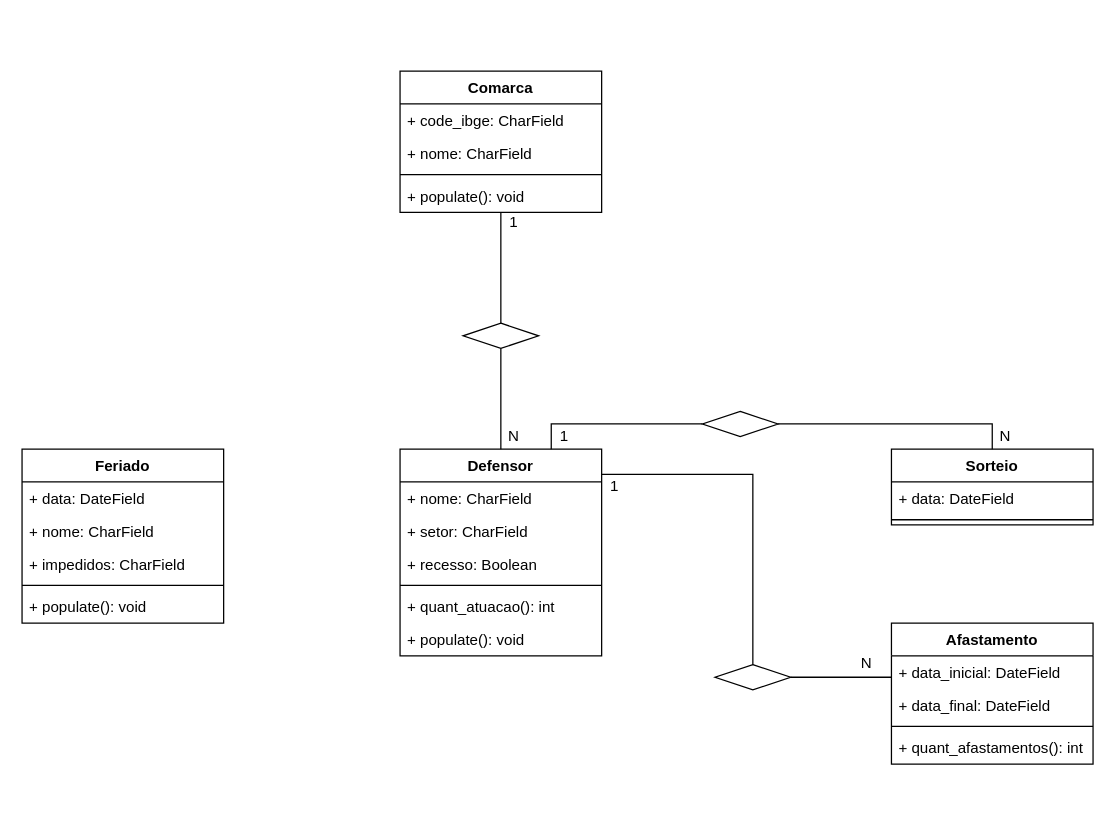
Above: docs/models.drawio in thonnycleuton/Plantoes (draw.io), before the change. Source tidied: cells renumbered, new cells numbered last; positions are measured from the earlier drawing's top-left corner, leaving out a move shared by most shapes. Both pictures are drawn from the tidied source at 126%, with x=0, y=0 at pixel (21, 71).
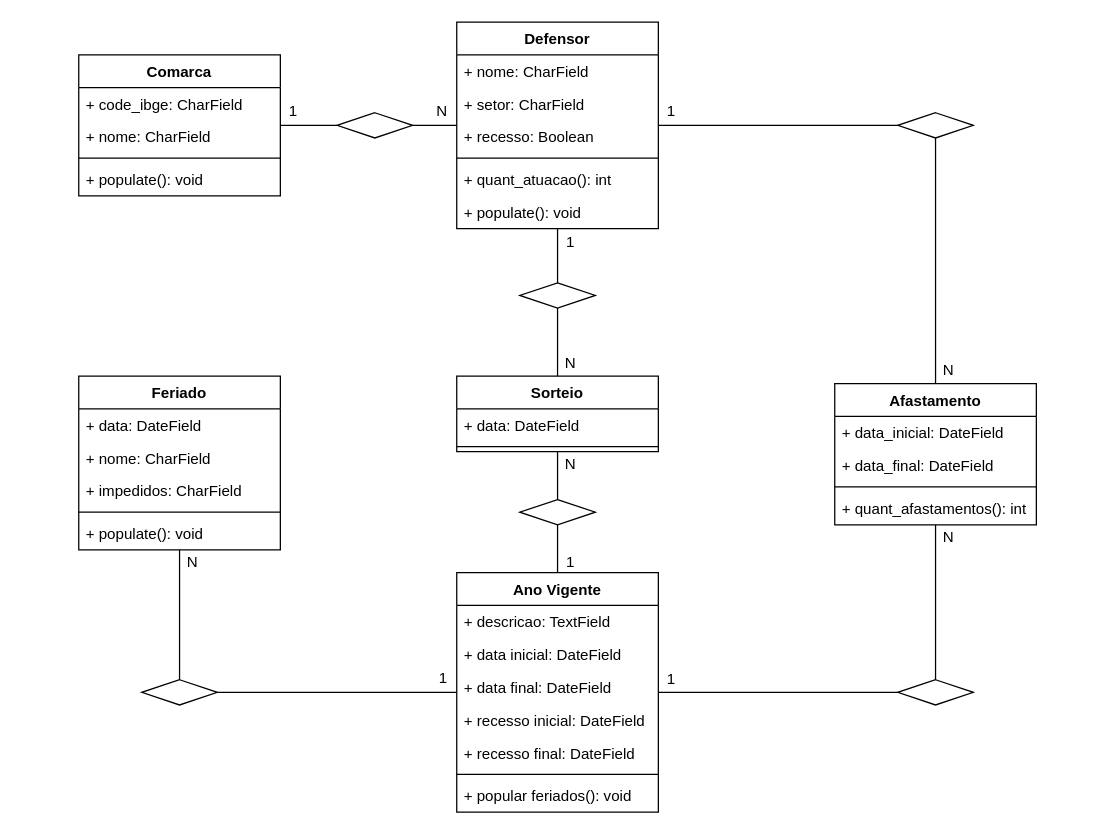
The same diagram, later.

Change to the diagram source:
```diff
@@
-<mxGraphModel>
+<mxGraphModel background="#FFFFFF">
@@
     <mxCell id="2" value="Comarca" style="swimlane;fontStyle=1;align=center;verticalAlign=top;horizontal=1;startSize=26;" parent="1" vertex="1">
-      <mxGeometry x="300" width="160" height="112" as="geometry" />
+      <mxGeometry x="45" y="-13" width="160" height="112" as="geometry" />
     </mxCell>
@@
     <mxCell id="7" value="Defensor" style="swimlane;fontStyle=1;align=center;verticalAlign=top;horizontal=1;startSize=26;" parent="1" vertex="1">
-      <mxGeometry x="300" y="300" width="160" height="164" as="geometry" />
+      <mxGeometry x="345" y="-39" width="160" height="164" as="geometry" />
     </mxCell>
@@
     <mxCell id="14" style="shape=rhombus;perimeter=rhombusPerimeter;whiteSpace=wrap;html=1;align=center;" parent="1" vertex="1">
-      <mxGeometry x="350" y="200" width="60" height="20" as="geometry" />
+      <mxGeometry x="250" y="33" width="60" height="20" as="geometry" />
     </mxCell>
-    <mxCell id="15" style="endArrow=none;html=1;rounded=0;edgeStyle=orthogonalEdgeStyle;entryX=0.5;entryY=0;entryDx=0;entryDy=0;" parent="1" edge="1" source="2" target="14">
+    <mxCell id="15" style="endArrow=none;html=1;rounded=0;edgeStyle=orthogonalEdgeStyle;" parent="1" edge="1" source="2" target="14">
       <mxGeometry relative="1" as="geometry" />
     </mxCell>
@@
     <mxCell id="17" value="Feriado" style="swimlane;fontStyle=1;align=center;verticalAlign=top;horizontal=1;startSize=26;" parent="1" vertex="1">
-      <mxGeometry y="300" width="160" height="138" as="geometry" />
+      <mxGeometry x="45" y="242" width="160" height="138" as="geometry" />
     </mxCell>
@@
     <mxCell id="23" value="Sorteio" style="swimlane;fontStyle=1;align=center;verticalAlign=top;horizontal=1;startSize=26;" parent="1" vertex="1">
-      <mxGeometry x="690" y="300" width="160" height="60" as="geometry" />
+      <mxGeometry x="345" y="242" width="160" height="60" as="geometry" />
     </mxCell>
@@
     <mxCell id="26" style="shape=rhombus;perimeter=rhombusPerimeter;whiteSpace=wrap;html=1;align=center;" parent="1" vertex="1">
-      <mxGeometry x="540" y="270" width="60" height="20" as="geometry" />
+      <mxGeometry x="395" y="168" width="60" height="20" as="geometry" />
     </mxCell>
     <mxCell id="27" style="endArrow=none;html=1;rounded=0;edgeStyle=orthogonalEdgeStyle;" parent="1" edge="1" source="7" target="26">
       <mxGeometry relative="1" as="geometry">
         <Array as="points">
-          <mxPoint x="420" y="280" />
+          <mxPoint x="425" y="142" />
+          <mxPoint x="425" y="142" />
         </Array>
       </mxGeometry>
     </mxCell>
@@
     <mxCell id="29" value="Afastamento" style="swimlane;fontStyle=1;align=center;verticalAlign=top;horizontal=1;startSize=26;" parent="1" vertex="1">
-      <mxGeometry x="690" y="438" width="160" height="112" as="geometry" />
+      <mxGeometry x="645" y="248" width="160" height="112" as="geometry" />
     </mxCell>
@@
     <mxCell id="34" style="shape=rhombus;perimeter=rhombusPerimeter;whiteSpace=wrap;html=1;align=center;" parent="1" vertex="1">
-      <mxGeometry x="550" y="471" width="60" height="20" as="geometry" />
+      <mxGeometry x="695" y="33" width="60" height="20" as="geometry" />
     </mxCell>
     <mxCell id="35" style="endArrow=none;html=1;rounded=0;edgeStyle=orthogonalEdgeStyle;" parent="1" edge="1" source="34" target="29">
-      <mxGeometry relative="1" as="geometry">
-        <Array as="points">
-          <mxPoint x="670" y="481" />
-          <mxPoint x="670" y="481" />
-        </Array>
-      </mxGeometry>
+      <mxGeometry relative="1" as="geometry" />
     </mxCell>
     <mxCell id="36" style="endArrow=none;html=1;rounded=0;edgeStyle=orthogonalEdgeStyle;" parent="1" edge="1" source="7" target="34">
-      <mxGeometry relative="1" as="geometry">
-        <Array as="points">
-          <mxPoint x="580" y="320" />
-        </Array>
-      </mxGeometry>
+      <mxGeometry relative="1" as="geometry" />
     </mxCell>
     <mxCell id="37" value="1" style="text;html=1;align=center;verticalAlign=middle;strokeColor=none;fillColor=none;" parent="1" vertex="1">
-      <mxGeometry x="380" y="110" width="20" height="20" as="geometry" />
+      <mxGeometry x="205" y="22" width="20" height="20" as="geometry" />
     </mxCell>
     <mxCell id="38" value="N" style="text;html=1;align=center;verticalAlign=middle;strokeColor=none;fillColor=none;" parent="1" vertex="1">
-      <mxGeometry x="380" y="280" width="20" height="20" as="geometry" />
+      <mxGeometry x="323" y="22" width="20" height="20" as="geometry" />
     </mxCell>
     <mxCell id="39" value="N" style="text;html=1;align=center;verticalAlign=middle;strokeColor=none;fillColor=none;" parent="1" vertex="1">
-      <mxGeometry x="770" y="280" width="20" height="20" as="geometry" />
+      <mxGeometry x="425" y="222" width="20" height="20" as="geometry" />
     </mxCell>
     <mxCell id="40" value="1" style="text;html=1;align=center;verticalAlign=middle;strokeColor=none;fillColor=none;" parent="1" vertex="1">
-      <mxGeometry x="420" y="280" width="20" height="20" as="geometry" />
+      <mxGeometry x="425" y="126" width="20" height="20" as="geometry" />
     </mxCell>
     <mxCell id="41" value="N" style="text;html=1;align=center;verticalAlign=middle;strokeColor=none;fillColor=none;" parent="1" vertex="1">
-      <mxGeometry x="660" y="460" width="20" height="20" as="geometry" />
+      <mxGeometry x="725" y="228" width="20" height="20" as="geometry" />
     </mxCell>
     <mxCell id="42" value="1" style="text;html=1;align=center;verticalAlign=middle;strokeColor=none;fillColor=none;" parent="1" vertex="1">
-      <mxGeometry x="460" y="320" width="20" height="20" as="geometry" />
+      <mxGeometry x="505" y="22" width="20" height="20" as="geometry" />
     </mxCell>
+    <mxCell id="43" value="Ano Vigente" style="swimlane;fontStyle=1;align=center;verticalAlign=top;horizontal=1;startSize=26;" parent="1" vertex="1">
+      <mxGeometry x="345" y="398" width="160" height="190" as="geometry" />
+    </mxCell>
+    <mxCell id="44" value="+ descricao: TextField" style="text;strokeColor=none;fillColor=none;align=left;verticalAlign=top;spacingLeft=4;spacingRight=4;overflow=hidden;" parent="43" vertex="1">
+      <mxGeometry y="26" width="160" height="26" as="geometry" />
+    </mxCell>
+    <mxCell id="45" value="+ data inicial: DateField" style="text;strokeColor=none;fillColor=none;align=left;verticalAlign=top;spacingLeft=4;spacingRight=4;overflow=hidden;" parent="43" vertex="1">
+      <mxGeometry y="52" width="160" height="26" as="geometry" />
+    </mxCell>
+    <mxCell id="46" value="+ data final: DateField" style="text;strokeColor=none;fillColor=none;align=left;verticalAlign=top;spacingLeft=4;spacingRight=4;overflow=hidden;" parent="43" vertex="1">
+      <mxGeometry y="78" width="160" height="26" as="geometry" />
+    </mxCell>
+    <mxCell id="47" value="+ recesso inicial: DateField" style="text;strokeColor=none;fillColor=none;align=left;verticalAlign=top;spacingLeft=4;spacingRight=4;overflow=hidden;" parent="43" vertex="1">
+      <mxGeometry y="104" width="160" height="26" as="geometry" />
+    </mxCell>
+    <mxCell id="48" value="+ recesso final: DateField" style="text;strokeColor=none;fillColor=none;align=left;verticalAlign=top;spacingLeft=4;spacingRight=4;overflow=hidden;" parent="43" vertex="1">
+      <mxGeometry y="130" width="160" height="26" as="geometry" />
+    </mxCell>
+    <mxCell id="49" style="line;strokeWidth=1;fillColor=none;align=left;verticalAlign=middle;spacingTop=-1;spacingLeft=3;spacingRight=3;labelPosition=right;" parent="43" vertex="1">
+      <mxGeometry y="156" width="160" height="8" as="geometry" />
+    </mxCell>
+    <mxCell id="50" value="+ popular feriados(): void" style="text;strokeColor=none;fillColor=none;align=left;verticalAlign=top;spacingLeft=4;spacingRight=4;overflow=hidden;" parent="43" vertex="1">
+      <mxGeometry y="164" width="160" height="26" as="geometry" />
+    </mxCell>
+    <mxCell id="51" style="shape=rhombus;perimeter=rhombusPerimeter;whiteSpace=wrap;html=1;align=center;" parent="1" vertex="1">
+      <mxGeometry x="95" y="483" width="60" height="20" as="geometry" />
+    </mxCell>
+    <mxCell id="52" style="endArrow=none;html=1;rounded=0;edgeStyle=orthogonalEdgeStyle;" parent="1" edge="1" source="17" target="51">
+      <mxGeometry relative="1" as="geometry" />
+    </mxCell>
+    <mxCell id="53" style="endArrow=none;html=1;rounded=0;edgeStyle=orthogonalEdgeStyle;" parent="1" edge="1" source="43" target="51">
+      <mxGeometry relative="1" as="geometry" />
+    </mxCell>
+    <mxCell id="54" value="N" style="text;html=1;align=center;verticalAlign=middle;strokeColor=none;fillColor=none;" parent="1" vertex="1">
+      <mxGeometry x="125" y="380" width="20" height="20" as="geometry" />
+    </mxCell>
+    <mxCell id="55" value="1" style="text;html=1;align=center;verticalAlign=middle;strokeColor=none;fillColor=none;" parent="1" vertex="1">
+      <mxGeometry x="324" y="472" width="20" height="20" as="geometry" />
+    </mxCell>
+    <mxCell id="56" style="shape=rhombus;perimeter=rhombusPerimeter;whiteSpace=wrap;html=1;align=center;" parent="1" vertex="1">
+      <mxGeometry x="695" y="483" width="60" height="20" as="geometry" />
+    </mxCell>
+    <mxCell id="57" style="endArrow=none;html=1;rounded=0;edgeStyle=orthogonalEdgeStyle;" parent="1" edge="1" source="43" target="56">
+      <mxGeometry relative="1" as="geometry" />
+    </mxCell>
+    <mxCell id="58" style="endArrow=none;html=1;rounded=0;edgeStyle=orthogonalEdgeStyle;" parent="1" edge="1" source="29" target="56">
+      <mxGeometry relative="1" as="geometry" />
+    </mxCell>
+    <mxCell id="59" value="N" style="text;html=1;align=center;verticalAlign=middle;strokeColor=none;fillColor=none;" parent="1" vertex="1">
+      <mxGeometry x="725" y="360" width="20" height="20" as="geometry" />
+    </mxCell>
+    <mxCell id="60" value="1" style="text;html=1;align=center;verticalAlign=middle;strokeColor=none;fillColor=none;" parent="1" vertex="1">
+      <mxGeometry x="505" y="473" width="20" height="20" as="geometry" />
+    </mxCell>
+    <mxCell id="61" style="shape=rhombus;perimeter=rhombusPerimeter;whiteSpace=wrap;html=1;align=center;" parent="1" vertex="1">
+      <mxGeometry x="395" y="340" width="60" height="20" as="geometry" />
+    </mxCell>
+    <mxCell id="62" style="endArrow=none;html=1;rounded=0;edgeStyle=orthogonalEdgeStyle;" parent="1" edge="1" source="23" target="61">
+      <mxGeometry relative="1" as="geometry" />
+    </mxCell>
+    <mxCell id="63" style="endArrow=none;html=1;rounded=0;edgeStyle=orthogonalEdgeStyle;" parent="1" edge="1" source="43" target="61">
+      <mxGeometry relative="1" as="geometry" />
+    </mxCell>
+    <mxCell id="64" value="N" style="text;html=1;align=center;verticalAlign=middle;strokeColor=none;fillColor=none;" parent="1" vertex="1">
+      <mxGeometry x="425" y="302" width="20" height="20" as="geometry" />
+    </mxCell>
+    <mxCell id="65" value="1" style="text;html=1;align=center;verticalAlign=middle;strokeColor=none;fillColor=none;" parent="1" vertex="1">
+      <mxGeometry x="425" y="380" width="20" height="20" as="geometry" />
+    </mxCell>
```
